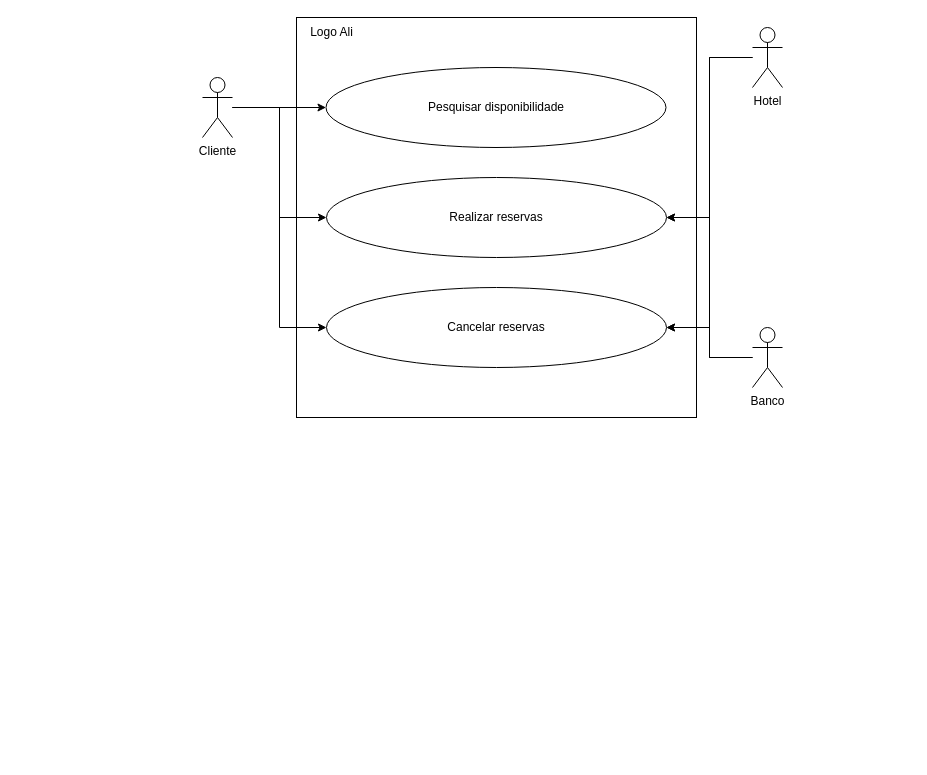
Vinicius-Sanches-Cappatti/LogoAli keeps this draw.io diagram as LogoAliUML.drawio. Above is the earlier version. Source tidied: cells renumbered, new cells numbered last; positions are measured from the earlier drawing's top-left corner, leaving out a move shared by most shapes. Both pictures are drawn from the tidied source at 100%, with x=0, y=0 at pixel (202, 17).
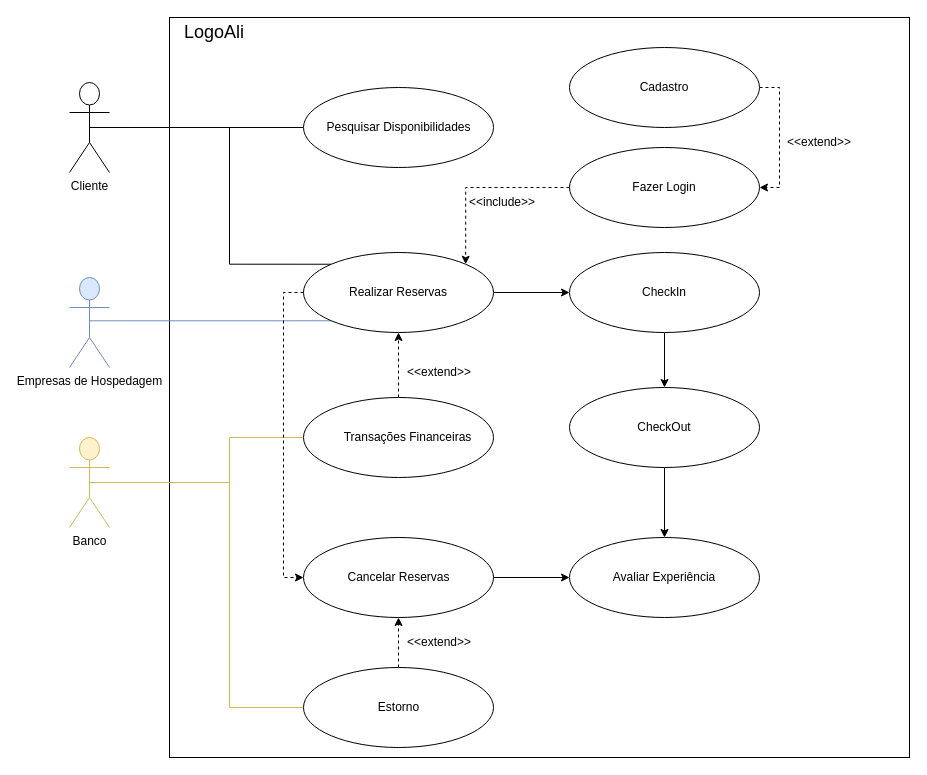
The same diagram, later.

Diff of the diagram source:
```diff
@@
-    <mxCell id="2" style="whiteSpace=wrap;html=1;" parent="1" vertex="1">
-      <mxGeometry x="94" width="400" height="400" as="geometry" />
-    </mxCell>
-    <mxCell id="3" style="edgeStyle=orthogonalEdgeStyle;rounded=0;jettySize=auto;html=1;entryX=0;entryY=0.5;entryDx=0;entryDy=0;" parent="1" edge="1" source="6" target="14">
-      <mxGeometry relative="1" as="geometry" />
-    </mxCell>
-    <mxCell id="4" style="edgeStyle=orthogonalEdgeStyle;rounded=0;jettySize=auto;html=1;entryX=0;entryY=0.5;entryDx=0;entryDy=0;" parent="1" edge="1" source="6" target="15">
-      <mxGeometry relative="1" as="geometry" />
-    </mxCell>
-    <mxCell id="5" style="edgeStyle=orthogonalEdgeStyle;rounded=0;jettySize=auto;html=1;entryX=0;entryY=0.5;entryDx=0;entryDy=0;" parent="1" edge="1" source="6" target="16">
-      <mxGeometry relative="1" as="geometry" />
-    </mxCell>
+    <mxCell id="17" style="whiteSpace=wrap;html=1;" parent="1" vertex="1">
+      <mxGeometry x="-33" width="740" height="740" as="geometry" />
+    </mxCell>
+    <mxCell id="18" style="edgeStyle=orthogonalEdgeStyle;rounded=0;jettySize=auto;html=1;exitX=0.5;exitY=0.5;exitDx=0;exitDy=0;exitPerimeter=0;entryX=0;entryY=0.5;entryDx=0;entryDy=0;endArrow=none;endFill=0;" parent="1" edge="1" source="6" target="25">
+      <mxGeometry relative="1" as="geometry">
+        <Array as="points">
+          <mxPoint x="-73" y="110" />
+        </Array>
+      </mxGeometry>
+    </mxCell>
+    <mxCell id="19" style="edgeStyle=orthogonalEdgeStyle;rounded=0;jettySize=auto;html=1;exitX=0.5;exitY=0.5;exitDx=0;exitDy=0;exitPerimeter=0;entryX=0;entryY=0;entryDx=0;entryDy=0;endArrow=none;endFill=0;" parent="1" edge="1" source="6" target="32">
+      <mxGeometry relative="1" as="geometry">
+        <Array as="points">
+          <mxPoint x="-73" y="110" />
+          <mxPoint x="27" y="110" />
+          <mxPoint x="27" y="247" />
+        </Array>
+      </mxGeometry>
+    </mxCell>
     <mxCell id="6" value="Cliente" style="shape=umlActor;verticalLabelPosition=bottom;verticalAlign=top;html=1;outlineConnect=0;" parent="1" vertex="1">
-      <mxGeometry y="60" width="30" height="60" as="geometry" />
+      <mxGeometry x="-133" y="65" width="40" height="90" as="geometry" />
     </mxCell>
-    <mxCell id="7" style="edgeStyle=orthogonalEdgeStyle;rounded=0;jettySize=auto;html=1;entryX=1;entryY=0.5;entryDx=0;entryDy=0;" parent="1" edge="1" source="9" target="15">
-      <mxGeometry relative="1" as="geometry" />
-    </mxCell>
-    <mxCell id="8" style="edgeStyle=orthogonalEdgeStyle;rounded=0;jettySize=auto;html=1;entryX=1;entryY=0.5;entryDx=0;entryDy=0;" parent="1" edge="1" source="9" target="16">
-      <mxGeometry relative="1" as="geometry" />
-    </mxCell>
-    <mxCell id="9" value="Hotel" style="shape=umlActor;verticalLabelPosition=bottom;verticalAlign=top;html=1;outlineConnect=0;" parent="1" vertex="1">
-      <mxGeometry x="550" y="10" width="30" height="60" as="geometry" />
-    </mxCell>
-    <mxCell id="10" style="edgeStyle=orthogonalEdgeStyle;rounded=0;jettySize=auto;html=1;entryX=1;entryY=0.5;entryDx=0;entryDy=0;" parent="1" edge="1" source="12" target="15">
-      <mxGeometry relative="1" as="geometry" />
-    </mxCell>
-    <mxCell id="11" style="edgeStyle=orthogonalEdgeStyle;rounded=0;jettySize=auto;html=1;entryX=1;entryY=0.5;entryDx=0;entryDy=0;" parent="1" edge="1" source="12" target="16">
-      <mxGeometry relative="1" as="geometry" />
-    </mxCell>
+    <mxCell id="20" value="&lt;font style=&quot;font-size: 18px;&quot;&gt;LogoAli&lt;/font&gt;" style="text;html=1;align=center;verticalAlign=middle;whiteSpace=wrap;rounded=0;" parent="1" vertex="1">
+      <mxGeometry x="-23" width="70" height="30" as="geometry" />
+    </mxCell>
+    <mxCell id="21" style="edgeStyle=orthogonalEdgeStyle;rounded=0;jettySize=auto;html=1;exitX=0.5;exitY=0.5;exitDx=0;exitDy=0;exitPerimeter=0;entryX=0;entryY=1;entryDx=0;entryDy=0;endArrow=none;endFill=0;fillColor=#dae8fc;strokeColor=#6c8ebf;" parent="1" edge="1" source="22" target="32">
+      <mxGeometry relative="1" as="geometry">
+        <Array as="points">
+          <mxPoint x="-113" y="303" />
+        </Array>
+      </mxGeometry>
+    </mxCell>
+    <mxCell id="22" value="Empresas de Hospedagem" style="shape=umlActor;verticalLabelPosition=bottom;verticalAlign=top;html=1;outlineConnect=0;fillColor=#dae8fc;strokeColor=#6c8ebf;" parent="1" vertex="1">
+      <mxGeometry x="-133" y="260" width="40" height="90" as="geometry" />
+    </mxCell>
+    <mxCell id="23" style="edgeStyle=orthogonalEdgeStyle;rounded=0;jettySize=auto;html=1;exitX=0.5;exitY=0.5;exitDx=0;exitDy=0;exitPerimeter=0;fillColor=#fff2cc;strokeColor=#d6b656;endArrow=none;endFill=0;" parent="1" edge="1" source="12" target="50">
+      <mxGeometry relative="1" as="geometry">
+        <Array as="points">
+          <mxPoint x="27" y="465" />
+          <mxPoint x="27" y="420" />
+        </Array>
+      </mxGeometry>
+    </mxCell>
+    <mxCell id="24" style="edgeStyle=orthogonalEdgeStyle;rounded=0;jettySize=auto;html=1;exitX=0.5;exitY=0.5;exitDx=0;exitDy=0;exitPerimeter=0;entryX=0;entryY=0.5;entryDx=0;entryDy=0;fillColor=#fff2cc;strokeColor=#d6b656;endArrow=none;endFill=0;" parent="1" edge="1" source="12" target="47">
+      <mxGeometry relative="1" as="geometry">
+        <Array as="points">
+          <mxPoint x="27" y="465" />
+          <mxPoint x="27" y="690" />
+        </Array>
+      </mxGeometry>
+    </mxCell>
-    <mxCell id="12" value="Banco" style="shape=umlActor;verticalLabelPosition=bottom;verticalAlign=top;html=1;outlineConnect=0;" parent="1" vertex="1">
-      <mxGeometry x="550" y="310" width="30" height="60" as="geometry" />
+    <mxCell id="12" value="Banco" style="shape=umlActor;verticalLabelPosition=bottom;verticalAlign=top;html=1;outlineConnect=0;fillColor=#fff2cc;strokeColor=#d6b656;" parent="1" vertex="1">
+      <mxGeometry x="-133" y="420" width="40" height="90" as="geometry" />
     </mxCell>
-    <mxCell id="13" value="Logo Ali" style="text;html=1;align=center;verticalAlign=middle;strokeColor=none;fillColor=none;" parent="1" vertex="1">
-      <mxGeometry x="94" width="70" height="30" as="geometry" />
-    </mxCell>
-    <mxCell id="14" value="Pesquisar disponibilidade" style="ellipse;whiteSpace=wrap;html=1;" parent="1" vertex="1">
-      <mxGeometry x="123.5" y="50" width="340" height="80" as="geometry" />
-    </mxCell>
-    <mxCell id="15" value="Realizar reservas" style="ellipse;whiteSpace=wrap;html=1;" parent="1" vertex="1">
-      <mxGeometry x="124" y="160" width="340" height="80" as="geometry" />
-    </mxCell>
-    <mxCell id="16" value="Cancelar reservas" style="ellipse;whiteSpace=wrap;html=1;" parent="1" vertex="1">
-      <mxGeometry x="124" y="270" width="340" height="80" as="geometry" />
-    </mxCell>
+    <mxCell id="25" style="ellipse;whiteSpace=wrap;html=1;" parent="1" vertex="1">
+      <mxGeometry x="101" y="70" width="190" height="80" as="geometry" />
+    </mxCell>
+    <mxCell id="26" value="Pesquisar Disponibilidades" style="text;html=1;align=center;verticalAlign=middle;whiteSpace=wrap;rounded=0;" parent="1" vertex="1">
+      <mxGeometry x="118.5" y="95" width="155" height="30" as="geometry" />
+    </mxCell>
+    <mxCell id="27" style="edgeStyle=orthogonalEdgeStyle;rounded=0;jettySize=auto;html=1;exitX=0;exitY=0.5;exitDx=0;exitDy=0;entryX=1;entryY=0;entryDx=0;entryDy=0;dashed=1;" parent="1" edge="1" source="28" target="32">
+      <mxGeometry relative="1" as="geometry">
+        <Array as="points">
+          <mxPoint x="263" y="170" />
+        </Array>
+      </mxGeometry>
+    </mxCell>
+    <mxCell id="28" style="ellipse;whiteSpace=wrap;html=1;" parent="1" vertex="1">
+      <mxGeometry x="367" y="130" width="190" height="80" as="geometry" />
+    </mxCell>
+    <mxCell id="29" value="Fazer Login" style="text;html=1;align=center;verticalAlign=middle;whiteSpace=wrap;rounded=0;" parent="1" vertex="1">
+      <mxGeometry x="402" y="155" width="120" height="30" as="geometry" />
+    </mxCell>
+    <mxCell id="30" style="edgeStyle=orthogonalEdgeStyle;rounded=0;jettySize=auto;html=1;exitX=1;exitY=0.5;exitDx=0;exitDy=0;entryX=0;entryY=0.5;entryDx=0;entryDy=0;" parent="1" edge="1" source="32" target="38">
+      <mxGeometry relative="1" as="geometry" />
+    </mxCell>
+    <mxCell id="31" style="edgeStyle=orthogonalEdgeStyle;rounded=0;jettySize=auto;html=1;exitX=0;exitY=0.5;exitDx=0;exitDy=0;entryX=0;entryY=0.5;entryDx=0;entryDy=0;dashed=1;" parent="1" edge="1" source="32" target="35">
+      <mxGeometry relative="1" as="geometry" />
+    </mxCell>
+    <mxCell id="32" style="ellipse;whiteSpace=wrap;html=1;" parent="1" vertex="1">
+      <mxGeometry x="101" y="235" width="190" height="80" as="geometry" />
+    </mxCell>
+    <mxCell id="33" value="Realizar Reservas" style="text;html=1;align=center;verticalAlign=middle;whiteSpace=wrap;rounded=0;" parent="1" vertex="1">
+      <mxGeometry x="141" y="260" width="110" height="30" as="geometry" />
+    </mxCell>
+    <mxCell id="34" style="edgeStyle=orthogonalEdgeStyle;rounded=0;jettySize=auto;html=1;entryX=0;entryY=0.5;entryDx=0;entryDy=0;" parent="1" edge="1" source="35" target="43">
+      <mxGeometry relative="1" as="geometry" />
+    </mxCell>
+    <mxCell id="35" style="ellipse;whiteSpace=wrap;html=1;" parent="1" vertex="1">
+      <mxGeometry x="101" y="520" width="190" height="80" as="geometry" />
+    </mxCell>
+    <mxCell id="36" value="Cancelar Reservas" style="text;html=1;align=center;verticalAlign=middle;whiteSpace=wrap;rounded=0;" parent="1" vertex="1">
+      <mxGeometry x="139.8" y="545" width="112.5" height="30" as="geometry" />
+    </mxCell>
+    <mxCell id="37" style="edgeStyle=orthogonalEdgeStyle;rounded=0;jettySize=auto;html=1;exitX=0.5;exitY=1;exitDx=0;exitDy=0;entryX=0.5;entryY=0;entryDx=0;entryDy=0;" parent="1" edge="1" source="38" target="41">
+      <mxGeometry relative="1" as="geometry" />
+    </mxCell>
+    <mxCell id="38" style="ellipse;whiteSpace=wrap;html=1;" parent="1" vertex="1">
+      <mxGeometry x="367" y="235" width="190" height="80" as="geometry" />
+    </mxCell>
+    <mxCell id="39" value="CheckIn" style="text;html=1;align=center;verticalAlign=middle;whiteSpace=wrap;rounded=0;" parent="1" vertex="1">
+      <mxGeometry x="432" y="260" width="60" height="30" as="geometry" />
+    </mxCell>
+    <mxCell id="40" style="edgeStyle=orthogonalEdgeStyle;rounded=0;jettySize=auto;html=1;exitX=0.5;exitY=1;exitDx=0;exitDy=0;entryX=0.5;entryY=0;entryDx=0;entryDy=0;" parent="1" edge="1" source="41" target="43">
+      <mxGeometry relative="1" as="geometry" />
+    </mxCell>
+    <mxCell id="41" style="ellipse;whiteSpace=wrap;html=1;" parent="1" vertex="1">
+      <mxGeometry x="367" y="370" width="190" height="80" as="geometry" />
+    </mxCell>
+    <mxCell id="42" value="CheckOut" style="text;html=1;align=center;verticalAlign=middle;whiteSpace=wrap;rounded=0;" parent="1" vertex="1">
+      <mxGeometry x="432" y="395" width="60" height="30" as="geometry" />
+    </mxCell>
+    <mxCell id="43" style="ellipse;whiteSpace=wrap;html=1;" parent="1" vertex="1">
+      <mxGeometry x="367" y="520" width="190" height="80" as="geometry" />
+    </mxCell>
+    <mxCell id="44" value="Avaliar Experiência" style="text;html=1;align=center;verticalAlign=middle;whiteSpace=wrap;rounded=0;" parent="1" vertex="1">
+      <mxGeometry x="407" y="545" width="110" height="30" as="geometry" />
+    </mxCell>
+    <mxCell id="45" value="&amp;lt;&amp;lt;include&amp;gt;&amp;gt;" style="text;html=1;align=center;verticalAlign=middle;whiteSpace=wrap;rounded=0;" parent="1" vertex="1">
+      <mxGeometry x="269.8" y="170" width="60" height="30" as="geometry" />
+    </mxCell>
+    <mxCell id="46" style="edgeStyle=orthogonalEdgeStyle;rounded=0;jettySize=auto;html=1;exitX=0.5;exitY=0;exitDx=0;exitDy=0;entryX=0.5;entryY=1;entryDx=0;entryDy=0;dashed=1;" parent="1" edge="1" source="47" target="35">
+      <mxGeometry relative="1" as="geometry" />
+    </mxCell>
+    <mxCell id="47" style="ellipse;whiteSpace=wrap;html=1;" parent="1" vertex="1">
+      <mxGeometry x="101" y="650" width="190" height="80" as="geometry" />
+    </mxCell>
+    <mxCell id="48" value="Estorno" style="text;html=1;align=center;verticalAlign=middle;whiteSpace=wrap;rounded=0;" parent="1" vertex="1">
+      <mxGeometry x="139.8" y="675" width="112.5" height="30" as="geometry" />
+    </mxCell>
+    <mxCell id="49" style="edgeStyle=orthogonalEdgeStyle;rounded=0;jettySize=auto;html=1;exitX=0.5;exitY=0;exitDx=0;exitDy=0;entryX=0.5;entryY=1;entryDx=0;entryDy=0;dashed=1;" parent="1" edge="1" source="50" target="32">
+      <mxGeometry relative="1" as="geometry" />
+    </mxCell>
+    <mxCell id="50" style="ellipse;whiteSpace=wrap;html=1;" parent="1" vertex="1">
+      <mxGeometry x="101" y="380" width="190" height="80" as="geometry" />
+    </mxCell>
+    <mxCell id="51" value="Transações Financeiras" style="text;html=1;align=center;verticalAlign=middle;whiteSpace=wrap;rounded=0;" parent="1" vertex="1">
+      <mxGeometry x="137.4" y="405" width="137.2" height="30" as="geometry" />
+    </mxCell>
+    <mxCell id="52" value="&amp;lt;&amp;lt;extend&amp;gt;&amp;gt;" style="text;html=1;align=center;verticalAlign=middle;whiteSpace=wrap;rounded=0;" parent="1" vertex="1">
+      <mxGeometry x="207" y="340" width="60" height="30" as="geometry" />
+    </mxCell>
+    <mxCell id="53" value="&amp;lt;&amp;lt;extend&amp;gt;&amp;gt;" style="text;html=1;align=center;verticalAlign=middle;whiteSpace=wrap;rounded=0;" parent="1" vertex="1">
+      <mxGeometry x="207" y="610" width="60" height="30" as="geometry" />
+    </mxCell>
+    <mxCell id="54" style="edgeStyle=orthogonalEdgeStyle;rounded=0;jettySize=auto;html=1;exitX=1;exitY=0.5;exitDx=0;exitDy=0;entryX=1;entryY=0.5;entryDx=0;entryDy=0;dashed=1;" parent="1" edge="1" source="55" target="28">
+      <mxGeometry relative="1" as="geometry" />
+    </mxCell>
+    <mxCell id="55" style="ellipse;whiteSpace=wrap;html=1;" parent="1" vertex="1">
+      <mxGeometry x="367" y="30" width="190" height="80" as="geometry" />
+    </mxCell>
+    <mxCell id="56" value="Cadastro" style="text;html=1;align=center;verticalAlign=middle;whiteSpace=wrap;rounded=0;" parent="1" vertex="1">
+      <mxGeometry x="402" y="55" width="120" height="30" as="geometry" />
+    </mxCell>
+    <mxCell id="57" value="&amp;lt;&amp;lt;extend&amp;gt;&amp;gt;" style="text;html=1;align=center;verticalAlign=middle;whiteSpace=wrap;rounded=0;" parent="1" vertex="1">
+      <mxGeometry x="587" y="110" width="60" height="30" as="geometry" />
+    </mxCell>
```
